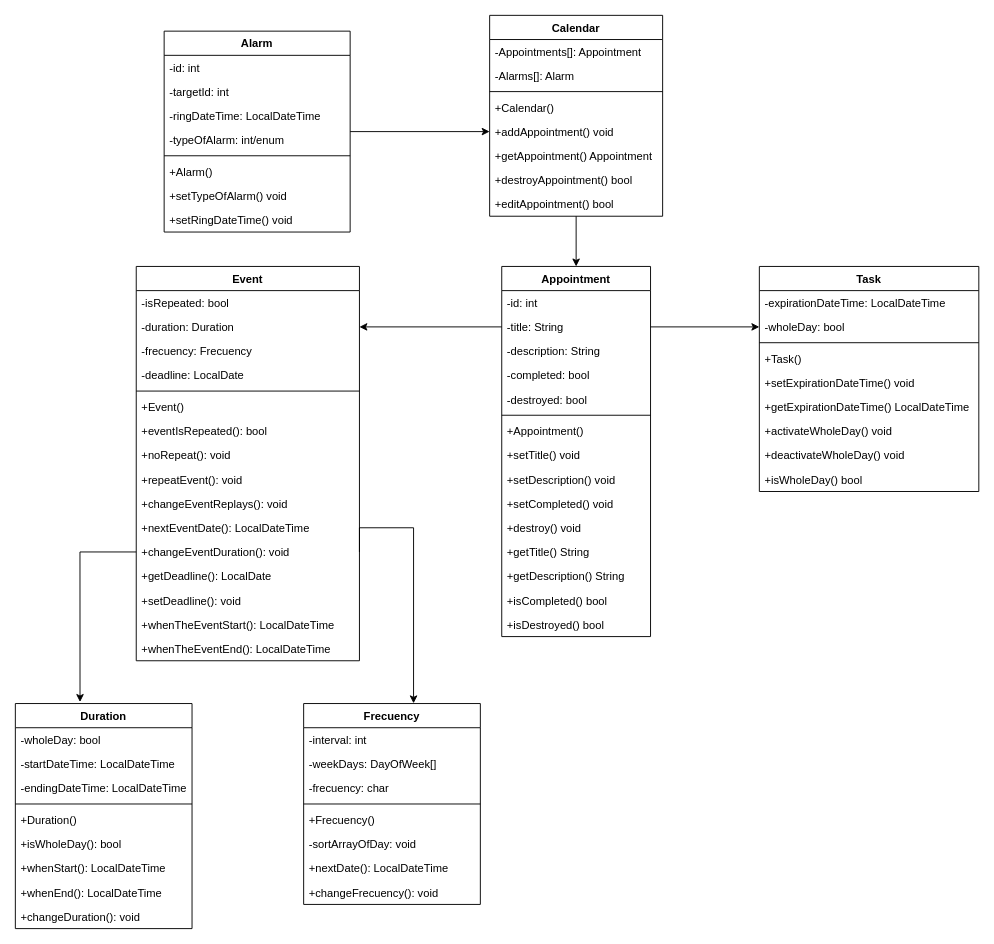
Above: doc/UML-Calendar_Class_Diagram.drawio in gmenendez0/Calendar (draw.io), before the change. Source tidied: cells renumbered, new cells numbered last; positions are measured from the earlier drawing's top-left corner, leaving out a move shared by most shapes. Both pictures are drawn from the tidied source at 93%, with x=0, y=0 at pixel (15, 15).
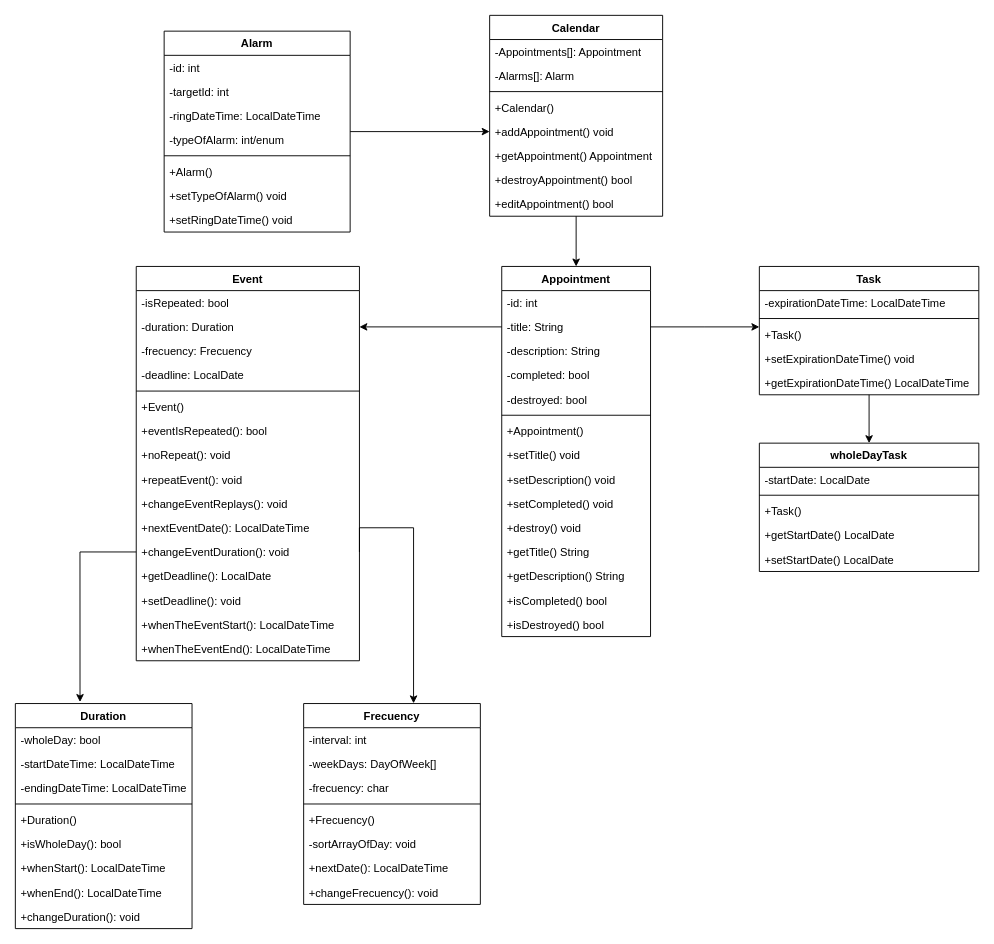
Above is the later version.

The change refers to these unchanged cells:
```xml
<mxCell id="41" value="-title: String" style="text;strokeColor=none;fillColor=none;align=left;verticalAlign=top;spacingLeft=4;spacingRight=4;overflow=hidden;points=[[0,0.5],[1,0.5]];portConstraint=eastwest;" parent="39" vertex="1">
  <mxGeometry y="52" width="160" height="26" as="geometry" />
</mxCell>
```

The edit, as a diff of the source:
```diff
@@
+    <mxCell id="88" style="edgeStyle=orthogonalEdgeStyle;rounded=0;jettySize=auto;html=1;" parent="1" edge="1" source="29" target="89">
+      <mxGeometry relative="1" as="geometry" />
+    </mxCell>
     <mxCell id="29" value="Task" style="swimlane;fontStyle=1;align=center;verticalAlign=top;horizontal=1;startSize=26;" parent="1" vertex="1">
-      <mxGeometry x="800" y="270" width="236" height="242" as="geometry" />
+      <mxGeometry x="800" y="270" width="236" height="138" as="geometry" />
     </mxCell>
@@
-    <mxCell id="31" value="-wholeDay: bool" style="text;strokeColor=none;fillColor=none;align=left;verticalAlign=top;spacingLeft=4;spacingRight=4;overflow=hidden;points=[[0,0.5],[1,0.5]];portConstraint=eastwest;" parent="29" vertex="1">
-      <mxGeometry y="52" width="236" height="26" as="geometry" />
-    </mxCell>
     <mxCell id="32" style="line;strokeWidth=1;fillColor=none;align=left;verticalAlign=middle;spacingTop=-1;spacingLeft=3;spacingRight=3;labelPosition=right;strokeColor=inherit;" parent="29" vertex="1">
-      <mxGeometry y="78" width="236" height="8" as="geometry" />
+      <mxGeometry y="52" width="236" height="8" as="geometry" />
     </mxCell>
     <mxCell id="33" value="+Task()" style="text;strokeColor=none;fillColor=none;align=left;verticalAlign=top;spacingLeft=4;spacingRight=4;overflow=hidden;" parent="29" vertex="1">
-      <mxGeometry y="86" width="236" height="26" as="geometry" />
+      <mxGeometry y="60" width="236" height="26" as="geometry" />
     </mxCell>
     <mxCell id="34" value="+setExpirationDateTime() void" style="text;strokeColor=none;fillColor=none;align=left;verticalAlign=top;spacingLeft=4;spacingRight=4;overflow=hidden;" parent="29" vertex="1">
-      <mxGeometry y="112" width="236" height="26" as="geometry" />
+      <mxGeometry y="86" width="236" height="26" as="geometry" />
     </mxCell>
     <mxCell id="35" value="+getExpirationDateTime() LocalDateTime" style="text;strokeColor=none;fillColor=none;align=left;verticalAlign=top;spacingLeft=4;spacingRight=4;overflow=hidden;" parent="29" vertex="1">
-      <mxGeometry y="138" width="236" height="26" as="geometry" />
+      <mxGeometry y="112" width="236" height="26" as="geometry" />
     </mxCell>
-    <mxCell id="36" value="+activateWholeDay() void" style="text;strokeColor=none;fillColor=none;align=left;verticalAlign=top;spacingLeft=4;spacingRight=4;overflow=hidden;" parent="29" vertex="1">
-      <mxGeometry y="164" width="236" height="26" as="geometry" />
-    </mxCell>
-    <mxCell id="37" value="+deactivateWholeDay() void" style="text;strokeColor=none;fillColor=none;align=left;verticalAlign=top;spacingLeft=4;spacingRight=4;overflow=hidden;" parent="29" vertex="1">
-      <mxGeometry y="190" width="236" height="26" as="geometry" />
-    </mxCell>
-    <mxCell id="38" value="+isWholeDay() bool" style="text;strokeColor=none;fillColor=none;align=left;verticalAlign=top;spacingLeft=4;spacingRight=4;overflow=hidden;" parent="29" vertex="1">
-      <mxGeometry y="216" width="236" height="26" as="geometry" />
-    </mxCell>
@@
-    <mxCell id="76" style="edgeStyle=orthogonalEdgeStyle;rounded=0;jettySize=auto;html=1;exitX=1;exitY=0.5;exitDx=0;exitDy=0;entryX=0;entryY=0.5;entryDx=0;entryDy=0;" parent="1" edge="1" source="41" target="31">
-      <mxGeometry relative="1" as="geometry" />
+    <mxCell id="76" style="edgeStyle=orthogonalEdgeStyle;rounded=0;jettySize=auto;html=1;exitX=1;exitY=0.5;exitDx=0;exitDy=0;entryX=0;entryY=0.5;entryDx=0;entryDy=0;" parent="1" edge="1" source="41">
+      <mxGeometry relative="1" as="geometry">
+        <mxPoint x="800" y="335" as="targetPoint" />
+      </mxGeometry>
     </mxCell>
@@
+    <mxCell id="89" value="wholeDayTask" style="swimlane;fontStyle=1;align=center;verticalAlign=top;horizontal=1;startSize=26;" parent="1" vertex="1">
+      <mxGeometry x="800" y="460" width="236" height="138" as="geometry" />
+    </mxCell>
+    <mxCell id="90" value="-startDate: LocalDate" style="text;strokeColor=none;fillColor=none;align=left;verticalAlign=top;spacingLeft=4;spacingRight=4;overflow=hidden;" parent="89" vertex="1">
+      <mxGeometry y="26" width="236" height="26" as="geometry" />
+    </mxCell>
+    <mxCell id="91" style="line;strokeWidth=1;fillColor=none;align=left;verticalAlign=middle;spacingTop=-1;spacingLeft=3;spacingRight=3;labelPosition=right;strokeColor=inherit;" parent="89" vertex="1">
+      <mxGeometry y="52" width="236" height="8" as="geometry" />
+    </mxCell>
+    <mxCell id="92" value="+Task()" style="text;strokeColor=none;fillColor=none;align=left;verticalAlign=top;spacingLeft=4;spacingRight=4;overflow=hidden;" parent="89" vertex="1">
+      <mxGeometry y="60" width="236" height="26" as="geometry" />
+    </mxCell>
+    <mxCell id="93" value="+getStartDate() LocalDate" style="text;strokeColor=none;fillColor=none;align=left;verticalAlign=top;spacingLeft=4;spacingRight=4;overflow=hidden;" parent="89" vertex="1">
+      <mxGeometry y="86" width="236" height="26" as="geometry" />
+    </mxCell>
+    <mxCell id="94" value="+setStartDate() LocalDate" style="text;strokeColor=none;fillColor=none;align=left;verticalAlign=top;spacingLeft=4;spacingRight=4;overflow=hidden;" parent="89" vertex="1">
+      <mxGeometry y="112" width="236" height="26" as="geometry" />
+    </mxCell>
```
